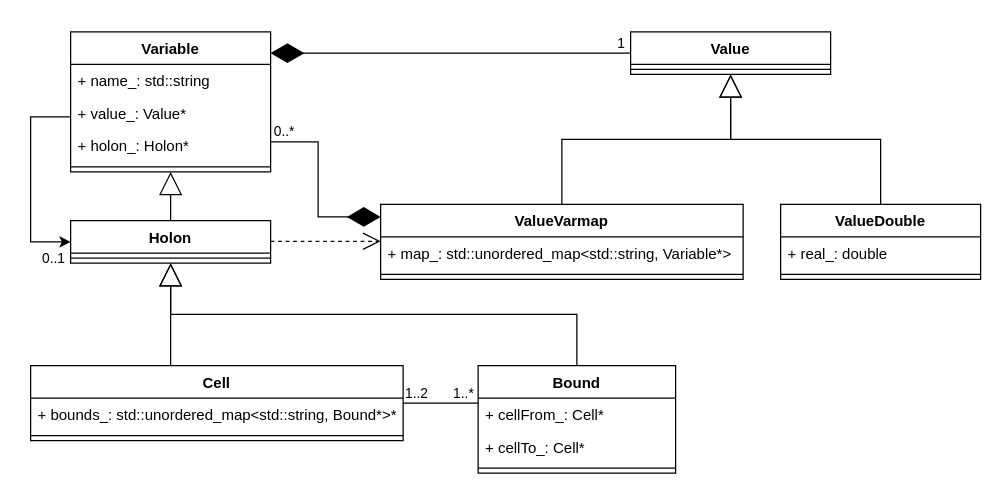
The draw.io diagram doc/class_diagram.drawio in robpayn/rchsm, before the edit. Source tidied: cells renumbered, new cells numbered last; positions are measured from the earlier drawing's top-left corner, leaving out a move shared by most shapes. Both pictures are drawn from the tidied source at 125%, with x=0, y=0 at pixel (30, 31).
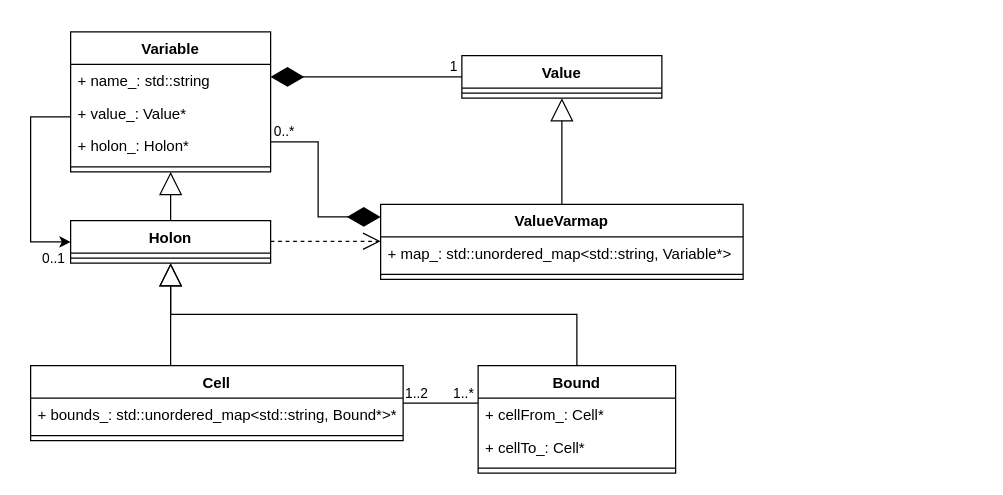
After the change.

Unchanged cells that the change refers to:
```xml
<mxCell id="2" value="Variable" style="swimlane;fontStyle=1;align=center;verticalAlign=top;horizontal=1;startSize=26;whiteSpace=wrap;html=1;" parent="1" vertex="1">
  <mxGeometry x="32" width="160" height="112" as="geometry" />
</mxCell>
```

What changed in the source:
```diff
@@
     <mxCell id="7" value="Value" style="swimlane;fontStyle=1;align=center;verticalAlign=top;horizontal=1;startSize=26;whiteSpace=wrap;html=1;" parent="1" vertex="1">
-      <mxGeometry x="480" width="160" height="34" as="geometry" />
+      <mxGeometry x="345" y="19" width="160" height="34" as="geometry" />
     </mxCell>
@@
-    <mxCell id="18" value="ValueDouble" style="swimlane;fontStyle=1;align=center;verticalAlign=top;horizontal=1;startSize=26;whiteSpace=wrap;html=1;" parent="1" vertex="1">
-      <mxGeometry x="600" y="138" width="160" height="60" as="geometry" />
-    </mxCell>
-    <mxCell id="19" value="+ real_: double" style="text;strokeColor=none;fillColor=none;align=left;verticalAlign=top;spacingLeft=4;spacingRight=4;overflow=hidden;whiteSpace=wrap;html=1;" parent="18" vertex="1">
-      <mxGeometry y="26" width="160" height="26" as="geometry" />
-    </mxCell>
-    <mxCell id="20" style="line;strokeWidth=1;fillColor=none;align=left;verticalAlign=middle;spacingTop=-1;spacingLeft=3;spacingRight=3;labelPosition=right;strokeColor=inherit;" parent="18" vertex="1">
-      <mxGeometry y="52" width="160" height="8" as="geometry" />
-    </mxCell>
-    <mxCell id="21" style="endArrow=block;endSize=16;endFill=0;html=1;rounded=0;edgeStyle=elbowEdgeStyle;elbow=vertical;exitX=0.5;exitY=0;exitDx=0;exitDy=0;" parent="1" edge="1" source="18" target="7">
-      <mxGeometry relative="1" as="geometry" />
-    </mxCell>
@@
-    <mxCell id="37" style="endArrow=diamondThin;endFill=1;endSize=24;html=1;rounded=0;edgeStyle=orthogonalEdgeStyle;" parent="1" edge="1">
+    <mxCell id="37" style="endArrow=diamondThin;endFill=1;endSize=24;html=1;rounded=0;edgeStyle=orthogonalEdgeStyle;" parent="1" edge="1" source="7" target="2">
       <mxGeometry relative="1" as="geometry">
-        <mxPoint x="480" y="17" as="sourcePoint" />
-        <mxPoint x="192" y="17" as="targetPoint" />
         <Array as="points">
-          <mxPoint x="330" y="17" />
-          <mxPoint x="330" y="17" />
+          <mxPoint x="225" y="36" />
+          <mxPoint x="225" y="36" />
         </Array>
       </mxGeometry>
     </mxCell>
     <mxCell id="38" value="1" style="edgeLabel;html=1;align=right;verticalAlign=bottom;spacingRight=5;spacingLeft=0;spacing=0;spacingBottom=2;" parent="37" vertex="1">
       <mxGeometry x="-0.92" y="1" relative="1" as="geometry">
-        <mxPoint x="11" y="-1" as="offset" />
+        <mxPoint x="6" y="-1" as="offset" />
       </mxGeometry>
     </mxCell>
```
